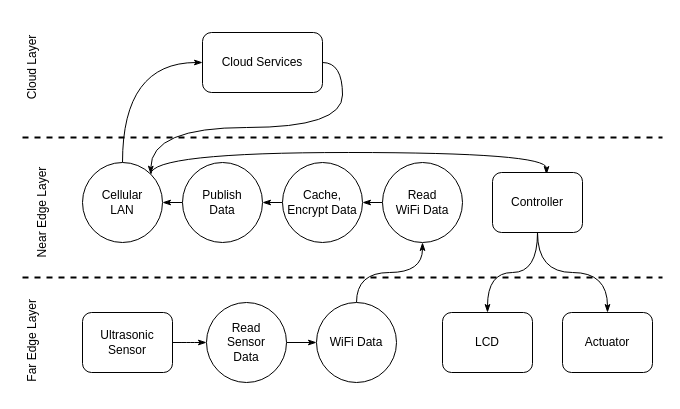
Before: page "DataFlowView" (3 of 9) of notes/ArchitecturalDiagrams.drawio in aniruddhand/ciot-capstone, a draw.io diagram. Source tidied: cells renumbered, new cells numbered last; positions are measured from the earlier drawing's top-left corner, leaving out a move shared by most shapes. Both pictures are drawn from the tidied source at 100%, with x=0, y=0 at pixel (-18, 32).
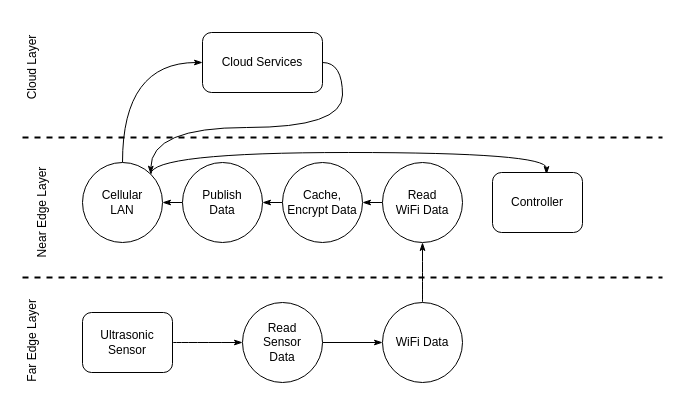
The same diagram, later.

Commit message:
Removed LCD and Actuator from far edge layer

Unchanged cells that the change refers to:
```xml
<mxCell id="23" value="Controller" style="rounded=1;whiteSpace=wrap;html=1;labelBackgroundColor=default;labelBorderColor=#FFFFFF;fontColor=#000000;" parent="1" vertex="1">
  <mxGeometry x="510" y="140" width="90" height="60" as="geometry" />
</mxCell>
```

What changed in the source:
```diff
@@
     <mxCell id="5" value="&lt;div&gt;Read &lt;br&gt;&lt;/div&gt;&lt;div&gt;Sensor &lt;br&gt;&lt;/div&gt;&lt;div&gt;Data&lt;/div&gt;" style="ellipse;whiteSpace=wrap;html=1;labelBackgroundColor=default;labelBorderColor=#FFFFFF;fontColor=#000000;" parent="1" vertex="1">
-      <mxGeometry x="224" y="270" width="80" height="80" as="geometry" />
+      <mxGeometry x="260" y="270" width="80" height="80" as="geometry" />
     </mxCell>
@@
     <mxCell id="7" value="WiFi Data" style="ellipse;whiteSpace=wrap;html=1;labelBackgroundColor=default;labelBorderColor=#FFFFFF;fontColor=#000000;" parent="1" vertex="1">
-      <mxGeometry x="334" y="270" width="80" height="80" as="geometry" />
+      <mxGeometry x="400" y="270" width="80" height="80" as="geometry" />
     </mxCell>
@@
-    <mxCell id="21" style="edgeStyle=orthogonalEdgeStyle;curved=1;rounded=0;jettySize=auto;html=1;exitX=0.5;exitY=1;exitDx=0;exitDy=0;entryX=0.5;entryY=0;entryDx=0;entryDy=0;fontColor=#000000;startArrow=none;startFill=0;endArrow=classicThin;endFill=1;" parent="1" edge="1" source="23" target="24">
-      <mxGeometry relative="1" as="geometry" />
-    </mxCell>
-    <mxCell id="22" style="edgeStyle=orthogonalEdgeStyle;curved=1;rounded=0;jettySize=auto;html=1;exitX=0.5;exitY=1;exitDx=0;exitDy=0;entryX=0.5;entryY=0;entryDx=0;entryDy=0;fontColor=#000000;startArrow=none;startFill=0;endArrow=classicThin;endFill=1;" parent="1" edge="1" source="23" target="25">
-      <mxGeometry relative="1" as="geometry" />
-    </mxCell>
@@
-    <mxCell id="24" value="LCD" style="rounded=1;whiteSpace=wrap;html=1;labelBackgroundColor=default;labelBorderColor=#FFFFFF;fontColor=#000000;" parent="1" vertex="1">
-      <mxGeometry x="460" y="280" width="90" height="60" as="geometry" />
-    </mxCell>
-    <mxCell id="25" value="Actuator" style="rounded=1;whiteSpace=wrap;html=1;labelBackgroundColor=default;labelBorderColor=#FFFFFF;fontColor=#000000;" parent="1" vertex="1">
-      <mxGeometry x="580" y="280" width="90" height="60" as="geometry" />
-    </mxCell>
```
